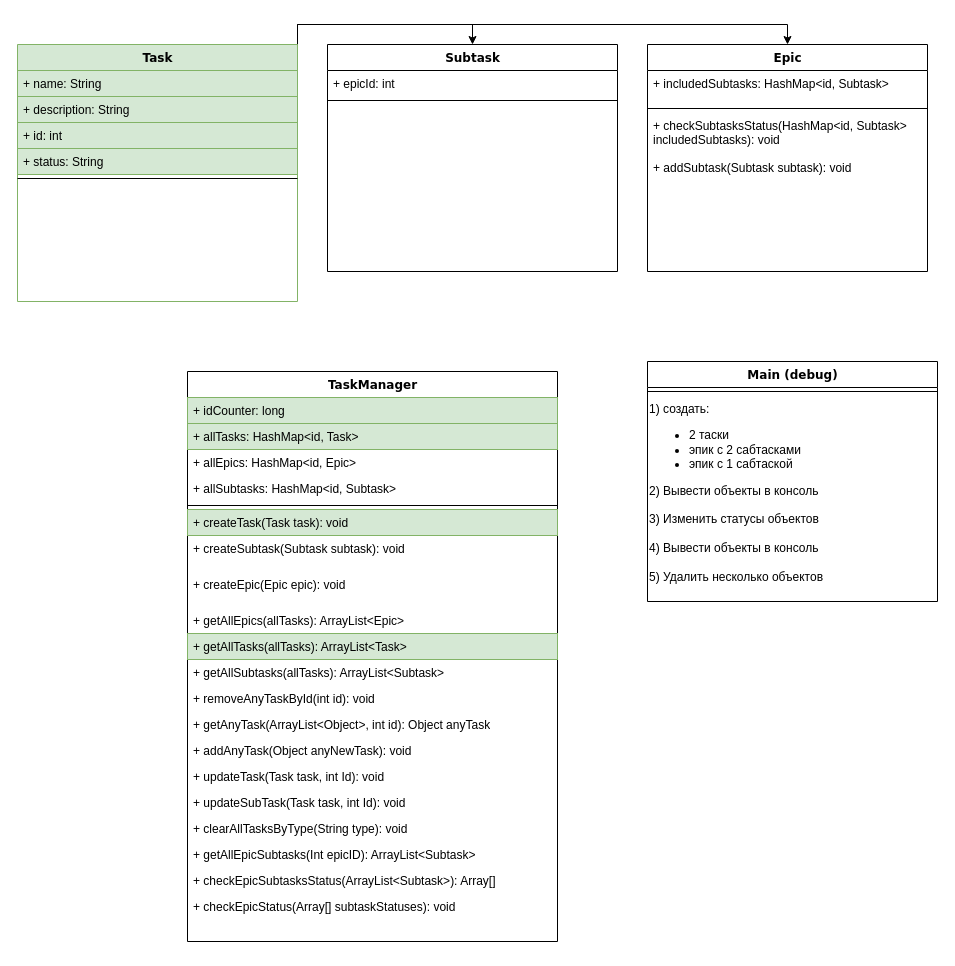
Earlier version of the draw.io diagram Kanban_project.drawio (c0m14/java-kanban). Source tidied: cells renumbered, new cells numbered last; positions are measured from the earlier drawing's top-left corner, leaving out a move shared by most shapes. Both pictures are drawn from the tidied source at 100%, with x=0, y=0 at pixel (17, 44).
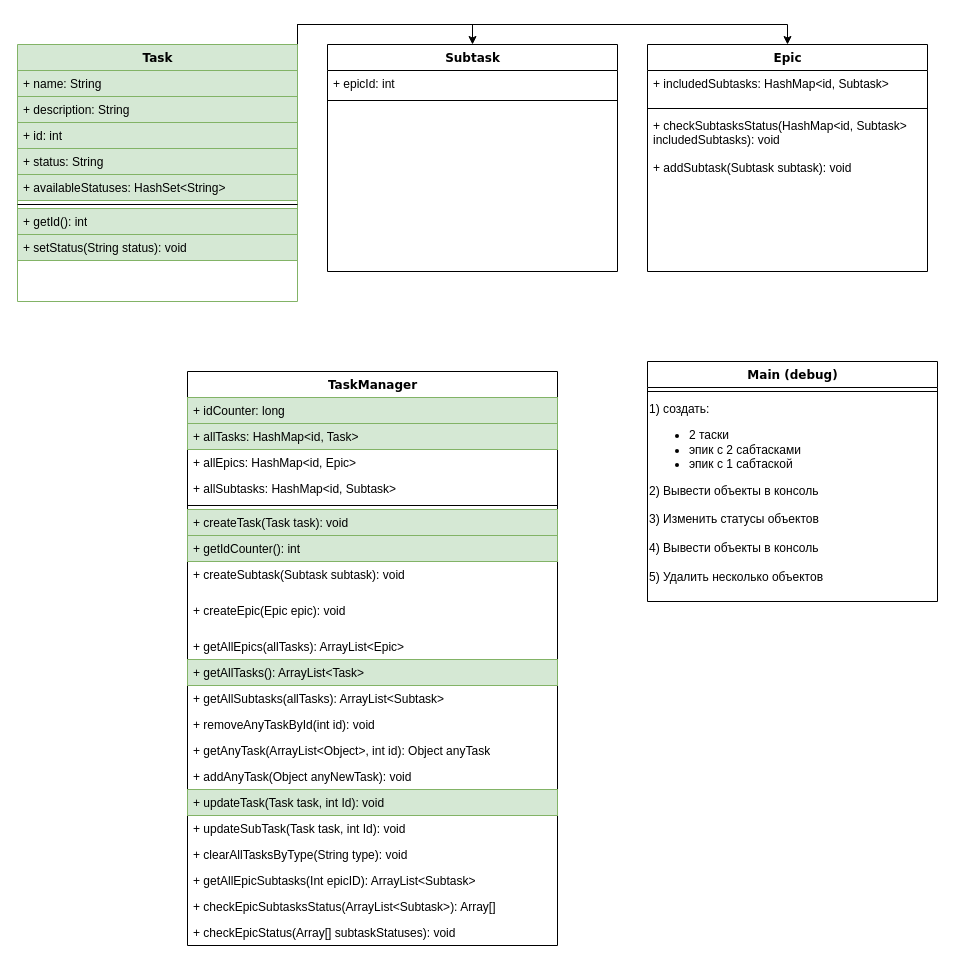
Above is the later version.

The change refers to these unchanged cells:
```xml
<mxCell id="4" value="Task" style="swimlane;html=1;fontStyle=1;align=center;verticalAlign=top;horizontal=1;startSize=26;swimlaneFillColor=#ffffff;rounded=0;shadow=0;comic=0;labelBackgroundColor=none;strokeWidth=1;fillColor=#d5e8d4;fontFamily=Verdana;fontSize=12;strokeColor=#82b366;" parent="1" vertex="1">
  <mxGeometry width="280" height="257" as="geometry" />
</mxCell>
```

The edit, as a diff of the source:
```diff
@@
+    <mxCell id="42" value="+ availableStatuses: HashSet&amp;lt;String&amp;gt;" style="text;html=1;strokeColor=#82b366;fillColor=#d5e8d4;align=left;verticalAlign=top;spacingLeft=4;spacingRight=4;whiteSpace=wrap;overflow=hidden;" parent="4" vertex="1">
+      <mxGeometry y="130" width="280" height="26" as="geometry" />
+    </mxCell>
     <mxCell id="9" style="line;html=1;strokeWidth=1;fillColor=none;align=left;verticalAlign=middle;spacingTop=-1;spacingLeft=3;spacingRight=3;labelPosition=right;" parent="4" vertex="1">
-      <mxGeometry y="130" width="280" height="8" as="geometry" />
+      <mxGeometry y="156" width="280" height="8" as="geometry" />
     </mxCell>
+    <mxCell id="43" value="+ getId(): int" style="text;html=1;strokeColor=#82b366;fillColor=#d5e8d4;align=left;verticalAlign=top;spacingLeft=4;spacingRight=4;whiteSpace=wrap;overflow=hidden;" parent="4" vertex="1">
+      <mxGeometry y="164" width="280" height="26" as="geometry" />
+    </mxCell>
+    <mxCell id="44" value="+ setStatus(String status): void" style="text;html=1;strokeColor=#82b366;fillColor=#d5e8d4;align=left;verticalAlign=top;spacingLeft=4;spacingRight=4;whiteSpace=wrap;overflow=hidden;" parent="4" vertex="1">
+      <mxGeometry y="190" width="280" height="26" as="geometry" />
+    </mxCell>
@@
     <mxCell id="18" value="TaskManager" style="swimlane;html=1;fontStyle=1;align=center;verticalAlign=top;horizontal=1;startSize=26;swimlaneFillColor=#ffffff;rounded=0;shadow=0;comic=0;labelBackgroundColor=none;strokeWidth=1;fillColor=none;fontFamily=Verdana;fontSize=12;" parent="1" vertex="1">
-      <mxGeometry x="170" y="327" width="370" height="570" as="geometry" />
+      <mxGeometry x="170" y="327" width="370" height="574" as="geometry" />
     </mxCell>
@@
+    <mxCell id="45" value="+ getIdCounter(): int" style="text;html=1;align=left;verticalAlign=top;spacingLeft=4;spacingRight=4;whiteSpace=wrap;overflow=hidden;fillColor=#d5e8d4;strokeColor=#82b366;" parent="18" vertex="1">
+      <mxGeometry y="164" width="370" height="26" as="geometry" />
+    </mxCell>
     <mxCell id="25" value="+ createSubtask(Subtask subtask): void" style="text;html=1;strokeColor=none;fillColor=none;align=left;verticalAlign=top;spacingLeft=4;spacingRight=4;whiteSpace=wrap;overflow=hidden;" parent="18" vertex="1">
-      <mxGeometry y="164" width="370" height="36" as="geometry" />
+      <mxGeometry y="190" width="370" height="36" as="geometry" />
     </mxCell>
     <mxCell id="26" value="+ createEpic(Epic epic): void" style="text;html=1;strokeColor=none;fillColor=none;align=left;verticalAlign=top;spacingLeft=4;spacingRight=4;whiteSpace=wrap;overflow=hidden;" parent="18" vertex="1">
-      <mxGeometry y="200" width="370" height="36" as="geometry" />
+      <mxGeometry y="226" width="370" height="36" as="geometry" />
     </mxCell>
     <mxCell id="27" value="+ getAllEpics(allTasks): ArrayList&amp;lt;Epic&amp;gt;" style="text;html=1;strokeColor=none;fillColor=none;align=left;verticalAlign=top;spacingLeft=4;spacingRight=4;whiteSpace=wrap;overflow=hidden;" parent="18" vertex="1">
-      <mxGeometry y="236" width="370" height="26" as="geometry" />
+      <mxGeometry y="262" width="370" height="26" as="geometry" />
     </mxCell>
-    <mxCell id="28" value="+ getAllTasks(allTasks): ArrayList&amp;lt;Task&amp;gt;" style="text;html=1;strokeColor=#82b366;fillColor=#d5e8d4;align=left;verticalAlign=top;spacingLeft=4;spacingRight=4;whiteSpace=wrap;overflow=hidden;" parent="18" vertex="1">
-      <mxGeometry y="262" width="370" height="26" as="geometry" />
+    <mxCell id="28" value="+ getAllTasks(): ArrayList&amp;lt;Task&amp;gt;" style="text;html=1;strokeColor=#82b366;fillColor=#d5e8d4;align=left;verticalAlign=top;spacingLeft=4;spacingRight=4;whiteSpace=wrap;overflow=hidden;" parent="18" vertex="1">
+      <mxGeometry y="288" width="370" height="26" as="geometry" />
     </mxCell>
     <mxCell id="29" value="+ getAllSubtasks(allTasks): ArrayList&amp;lt;Subtask&amp;gt;" style="text;html=1;strokeColor=none;fillColor=none;align=left;verticalAlign=top;spacingLeft=4;spacingRight=4;whiteSpace=wrap;overflow=hidden;" parent="18" vertex="1">
-      <mxGeometry y="288" width="370" height="26" as="geometry" />
+      <mxGeometry y="314" width="370" height="26" as="geometry" />
     </mxCell>
     <mxCell id="30" value="+ removeAnyTaskById(int id): void" style="text;html=1;strokeColor=none;fillColor=none;align=left;verticalAlign=top;spacingLeft=4;spacingRight=4;whiteSpace=wrap;overflow=hidden;" parent="18" vertex="1">
-      <mxGeometry y="314" width="370" height="26" as="geometry" />
+      <mxGeometry y="340" width="370" height="26" as="geometry" />
     </mxCell>
     <mxCell id="31" value="+ getAnyTask(ArrayList&amp;lt;Object&amp;gt;, int id): Object anyTask" style="text;html=1;strokeColor=none;fillColor=none;align=left;verticalAlign=top;spacingLeft=4;spacingRight=4;whiteSpace=wrap;overflow=hidden;" parent="18" vertex="1">
-      <mxGeometry y="340" width="370" height="26" as="geometry" />
+      <mxGeometry y="366" width="370" height="26" as="geometry" />
     </mxCell>
     <mxCell id="32" value="+ addAnyTask(Object anyNewTask): void" style="text;html=1;strokeColor=none;fillColor=none;align=left;verticalAlign=top;spacingLeft=4;spacingRight=4;whiteSpace=wrap;overflow=hidden;" parent="18" vertex="1">
-      <mxGeometry y="366" width="370" height="26" as="geometry" />
+      <mxGeometry y="392" width="370" height="26" as="geometry" />
     </mxCell>
-    <mxCell id="33" value="+ updateTask(Task task, int Id): void" style="text;html=1;strokeColor=none;fillColor=none;align=left;verticalAlign=top;spacingLeft=4;spacingRight=4;whiteSpace=wrap;overflow=hidden;" parent="18" vertex="1">
-      <mxGeometry y="392" width="370" height="26" as="geometry" />
+    <mxCell id="33" value="+ updateTask(Task task, int Id): void" style="text;html=1;strokeColor=#82b366;fillColor=#d5e8d4;align=left;verticalAlign=top;spacingLeft=4;spacingRight=4;whiteSpace=wrap;overflow=hidden;" parent="18" vertex="1">
+      <mxGeometry y="418" width="370" height="26" as="geometry" />
     </mxCell>
     <mxCell id="34" value="+ updateSubTask(Task task, int Id): void" style="text;html=1;strokeColor=none;fillColor=none;align=left;verticalAlign=top;spacingLeft=4;spacingRight=4;whiteSpace=wrap;overflow=hidden;" parent="18" vertex="1">
-      <mxGeometry y="418" width="370" height="26" as="geometry" />
+      <mxGeometry y="444" width="370" height="26" as="geometry" />
     </mxCell>
     <mxCell id="35" value="+ clearAllTasksByType(String type): void" style="text;html=1;strokeColor=none;fillColor=none;align=left;verticalAlign=top;spacingLeft=4;spacingRight=4;whiteSpace=wrap;overflow=hidden;" parent="18" vertex="1">
-      <mxGeometry y="444" width="370" height="26" as="geometry" />
+      <mxGeometry y="470" width="370" height="26" as="geometry" />
     </mxCell>
     <mxCell id="36" value="+ getAllEpicSubtasks(Int epicID): ArrayList&amp;lt;Subtask&amp;gt;" style="text;html=1;strokeColor=none;fillColor=none;align=left;verticalAlign=top;spacingLeft=4;spacingRight=4;whiteSpace=wrap;overflow=hidden;" parent="18" vertex="1">
-      <mxGeometry y="470" width="370" height="26" as="geometry" />
+      <mxGeometry y="496" width="370" height="26" as="geometry" />
     </mxCell>
     <mxCell id="37" value="+ checkEpicSubtasksStatus(ArrayList&amp;lt;Subtask&amp;gt;): Array[]" style="text;html=1;strokeColor=none;fillColor=none;align=left;verticalAlign=top;spacingLeft=4;spacingRight=4;whiteSpace=wrap;overflow=hidden;" parent="18" vertex="1">
-      <mxGeometry y="496" width="370" height="26" as="geometry" />
+      <mxGeometry y="522" width="370" height="26" as="geometry" />
     </mxCell>
     <mxCell id="38" value="+ checkEpicStatus(Array[] subtaskStatuses): void" style="text;html=1;align=left;verticalAlign=top;spacingLeft=4;spacingRight=4;whiteSpace=wrap;overflow=hidden;" parent="18" vertex="1">
-      <mxGeometry y="522" width="370" height="26" as="geometry" />
+      <mxGeometry y="548" width="370" height="26" as="geometry" />
     </mxCell>
```
